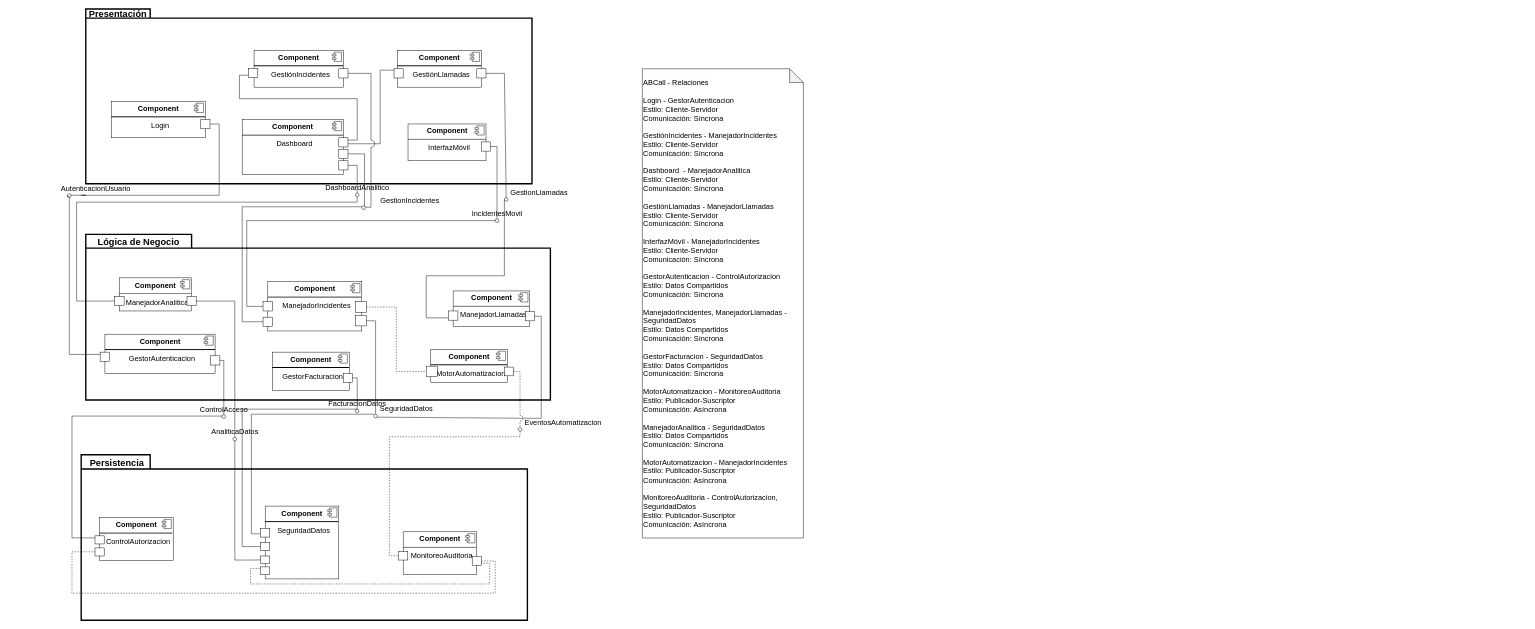
The draw.io diagram page "componentes abcall" (1 of 6) of diagramas.drawio in lordmkichavi-andes/MISW4202-202414-Grupo017, before the edit. Source tidied: cells renumbered, new cells numbered last; positions are measured from the earlier drawing's top-left corner, leaving out a move shared by most shapes. Both pictures are drawn from the tidied source at 46%, with x=0, y=0 at pixel (67, 9).
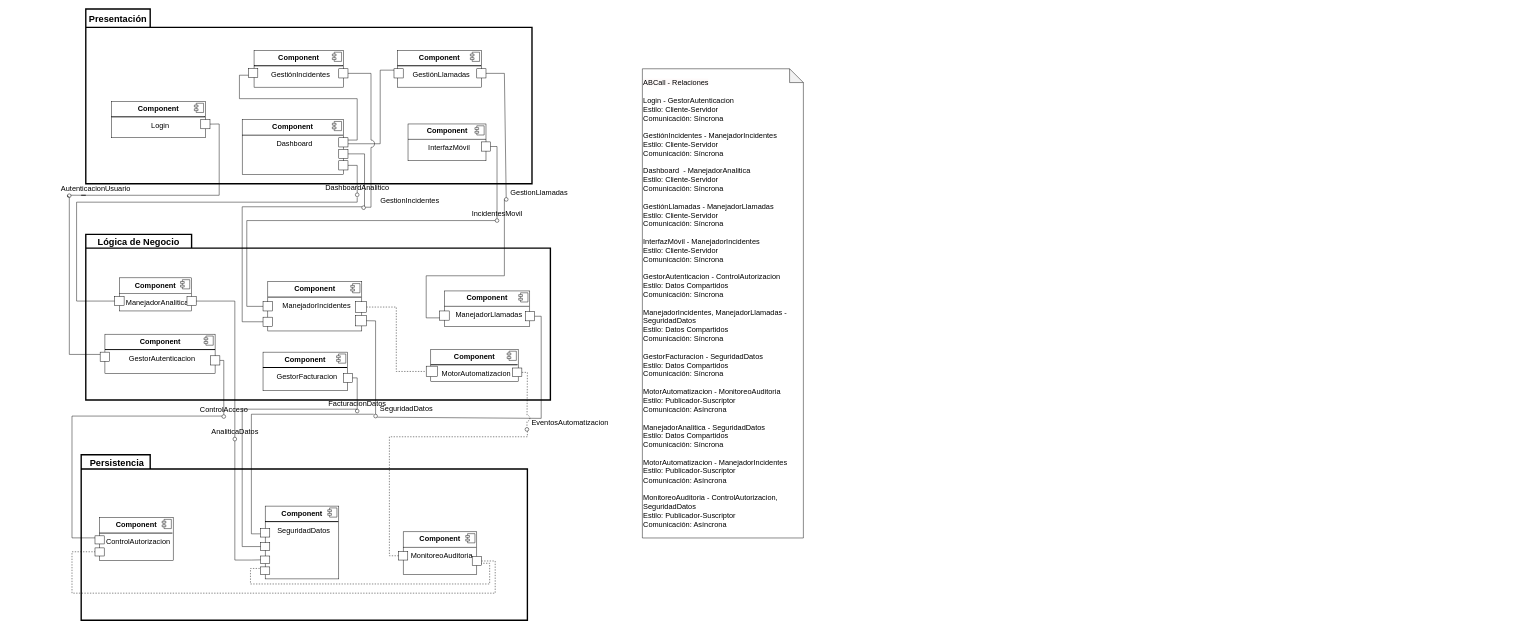
Above is the later version.

Unchanged cells that the change refers to:
```xml
<mxCell id="13" style="fontStyle=0;labelPosition=right;verticalLabelPosition=middle;align=left;verticalAlign=middle;spacingLeft=2;fontSize=16;" parent="2" vertex="1">
  <mxGeometry x="690" y="210.4" width="20" height="18.6" as="geometry" />
</mxCell>
<mxCell id="43" value="&lt;font style=&quot;font-size: 20px;&quot;&gt;Lógica de Negocio&lt;/font&gt;" style="shape=folder;fontStyle=1;tabWidth=230;tabHeight=30;tabPosition=left;html=1;boundedLbl=1;labelInHeader=1;whiteSpace=wrap;strokeWidth=3;fontSize=16;" parent="1" vertex="1">
  <mxGeometry x="40" y="490" width="1010" height="360" as="geometry" />
</mxCell>
```

The edit, as a diff of the source:
```diff
@@
-    <mxCell id="20" value="&lt;font style=&quot;font-size: 20px;&quot;&gt;Presentación&lt;/font&gt;" style="shape=folder;fontStyle=1;tabWidth=140;tabHeight=20;tabPosition=left;html=1;boundedLbl=1;labelInHeader=1;whiteSpace=wrap;strokeColor=default;strokeWidth=3;fontSize=16;" parent="1" vertex="1">
+    <mxCell id="20" value="&lt;font style=&quot;font-size: 20px;&quot;&gt;Presentación&lt;/font&gt;" style="shape=folder;fontStyle=1;tabWidth=140;tabHeight=40;tabPosition=left;html=1;boundedLbl=1;labelInHeader=1;whiteSpace=wrap;strokeColor=default;strokeWidth=3;fontSize=16;" parent="1" vertex="1">
       <mxGeometry x="40" width="970" height="380" as="geometry" />
     </mxCell>
@@
     <mxCell id="49" value="&lt;p style=&quot;margin: 6px 0px 0px; text-align: center; font-size: 16px;&quot;&gt;&lt;b style=&quot;font-size: 16px;&quot;&gt;Component&lt;/b&gt;&lt;/p&gt;&lt;hr style=&quot;border-style: solid; font-size: 16px;&quot;&gt;&lt;p style=&quot;text-align: center; margin: 0px 0px 0px 8px; font-size: 16px;&quot;&gt;ManejadorLlamadas&lt;br style=&quot;font-size: 16px;&quot;&gt;&lt;/p&gt;" style="align=left;overflow=fill;html=1;whiteSpace=wrap;fontSize=16;" parent="43" vertex="1">
-      <mxGeometry x="798.6" y="123" width="166.6" height="77" as="geometry" />
+      <mxGeometry x="780" y="123" width="185.2" height="77" as="geometry" />
     </mxCell>
@@
     <mxCell id="51" value="&lt;p style=&quot;margin: 6px 0px 0px; text-align: center; font-size: 16px;&quot;&gt;&lt;b style=&quot;font-size: 16px;&quot;&gt;Component&lt;/b&gt;&lt;/p&gt;&lt;hr style=&quot;border-style: solid; font-size: 16px;&quot;&gt;&lt;p style=&quot;text-align: center; margin: 0px 0px 0px 8px; font-size: 16px;&quot;&gt;MotorAutomatizacion&lt;br style=&quot;font-size: 16px;&quot;&gt;&lt;/p&gt;" style="align=left;overflow=fill;html=1;whiteSpace=wrap;fontSize=16;" parent="43" vertex="1">
-      <mxGeometry x="750" y="250" width="166.6" height="72" as="geometry" />
+      <mxGeometry x="750" y="250" width="190" height="70" as="geometry" />
     </mxCell>
@@
     <mxCell id="53" value="&lt;p style=&quot;margin: 6px 0px 0px; text-align: center; font-size: 16px;&quot;&gt;&lt;b style=&quot;font-size: 16px;&quot;&gt;Component&lt;/b&gt;&lt;/p&gt;&lt;hr style=&quot;border-style: solid; font-size: 16px;&quot;&gt;&lt;p style=&quot;text-align: center; margin: 0px 0px 0px 8px; font-size: 16px;&quot;&gt;GestorFacturacion&lt;br style=&quot;font-size: 16px;&quot;&gt;&lt;/p&gt;" style="align=left;overflow=fill;html=1;whiteSpace=wrap;fontSize=16;" parent="43" vertex="1">
-      <mxGeometry x="406.1" y="256" width="166.6" height="84" as="geometry" />
+      <mxGeometry x="385.3" y="256" width="183.9" height="84" as="geometry" />
     </mxCell>
@@
     <mxCell id="61" style="html=1;rounded=0;fontSize=16;" parent="43" vertex="1">
-      <mxGeometry x="788.2" y="166.5" width="20.8" height="20" as="geometry" />
+      <mxGeometry x="769.2" y="166.5" width="20.8" height="20" as="geometry" />
     </mxCell>
@@
     <mxCell id="66" style="html=1;rounded=0;fontSize=16;" parent="43" vertex="1">
-      <mxGeometry x="910" y="288.5" width="20" height="19" as="geometry" />
+      <mxGeometry x="928" y="290.5" width="20" height="19" as="geometry" />
     </mxCell>
@@
     <mxCell id="94" style="endArrow=none;html=1;rounded=0;align=center;verticalAlign=top;endFill=0;labelBackgroundColor=none;endSize=2;dashed=1;jumpStyle=arc;jumpSize=13;fontSize=16;" parent="1" edge="1" source="66" target="96">
       <mxGeometry relative="1" as="geometry">
         <Array as="points">
-          <mxPoint x="984" y="788" />
+          <mxPoint x="1000" y="790" />
         </Array>
       </mxGeometry>
     </mxCell>
     <mxCell id="95" style="edgeStyle=orthogonalEdgeStyle;rounded=0;jettySize=auto;html=1;entryX=0;entryY=0.5;entryDx=0;entryDy=0;dashed=1;endArrow=none;endFill=0;jumpStyle=arc;jumpSize=16;fontSize=16;" parent="1" edge="1" source="96" target="13">
       <mxGeometry relative="1" as="geometry">
         <Array as="points">
-          <mxPoint x="984" y="930" />
+          <mxPoint x="1000" y="930" />
           <mxPoint x="700" y="930" />
           <mxPoint x="700" y="1189" />
         </Array>
       </mxGeometry>
     </mxCell>
     <mxCell id="96" value="&amp;nbsp; &amp;nbsp; &amp;nbsp; &amp;nbsp; &amp;nbsp; &amp;nbsp; &amp;nbsp; &amp;nbsp; &amp;nbsp; &amp;nbsp; &amp;nbsp; &amp;nbsp; &amp;nbsp; &amp;nbsp; &amp;nbsp; &amp;nbsp; &amp;nbsp; &amp;nbsp; &amp;nbsp; &amp;nbsp; &amp;nbsp; EventosAutomatizacion" style="ellipse;html=1;fontSize=16;align=center;fillColor=none;points=[];verticalAlign=bottom;labelPosition=center;verticalLabelPosition=top;flipH=1;" parent="1" vertex="1">
-      <mxGeometry x="980" y="910" width="8" height="8" as="geometry" />
+      <mxGeometry x="995" y="910" width="8" height="8" as="geometry" />
     </mxCell>
```
